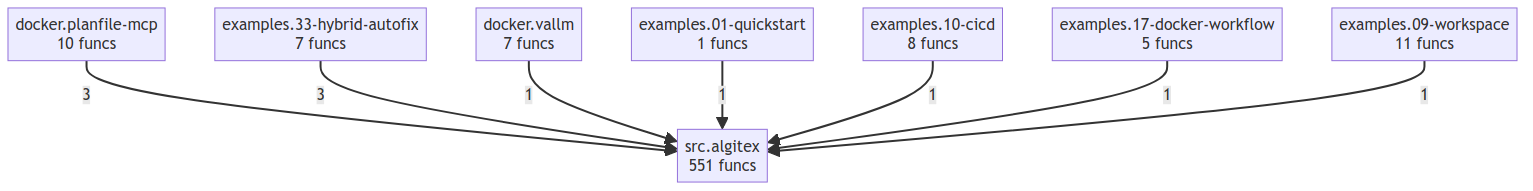
This is project/compact_flow.png from semcod/algitex, a Mermaid export, as it was before one commit. Its source is kept beside it as project/compact_flow.mmd.
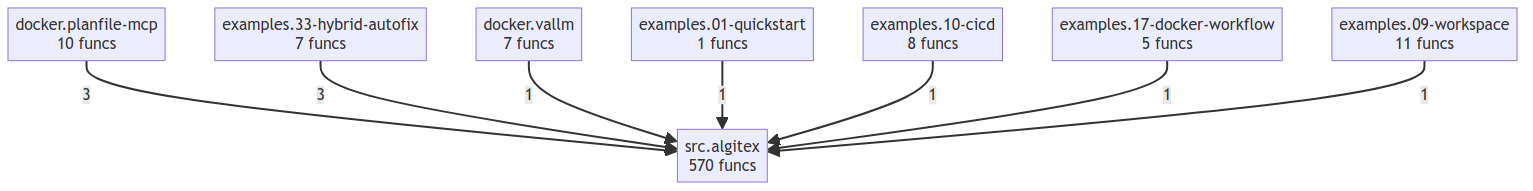
Above is the later version.

Diff of the diagram source:
```diff
@@ -6,7 +6,7 @@
     examples__10_cicd["examples.10-cicd<br/>8 funcs"]
     examples__17_docker_workflow["examples.17-docker-workflow<br/>5 funcs"]
     examples__33_hybrid_autofix["examples.33-hybrid-autofix<br/>7 funcs"]
-    src__algitex["src.algitex<br/>551 funcs"]
+    src__algitex["src.algitex<br/>570 funcs"]
     docker__planfile_mcp -->|3| src__algitex
     examples__33_hybrid_autofix -->|3| src__algitex
     docker__vallm -->|1| src__algitex
```
